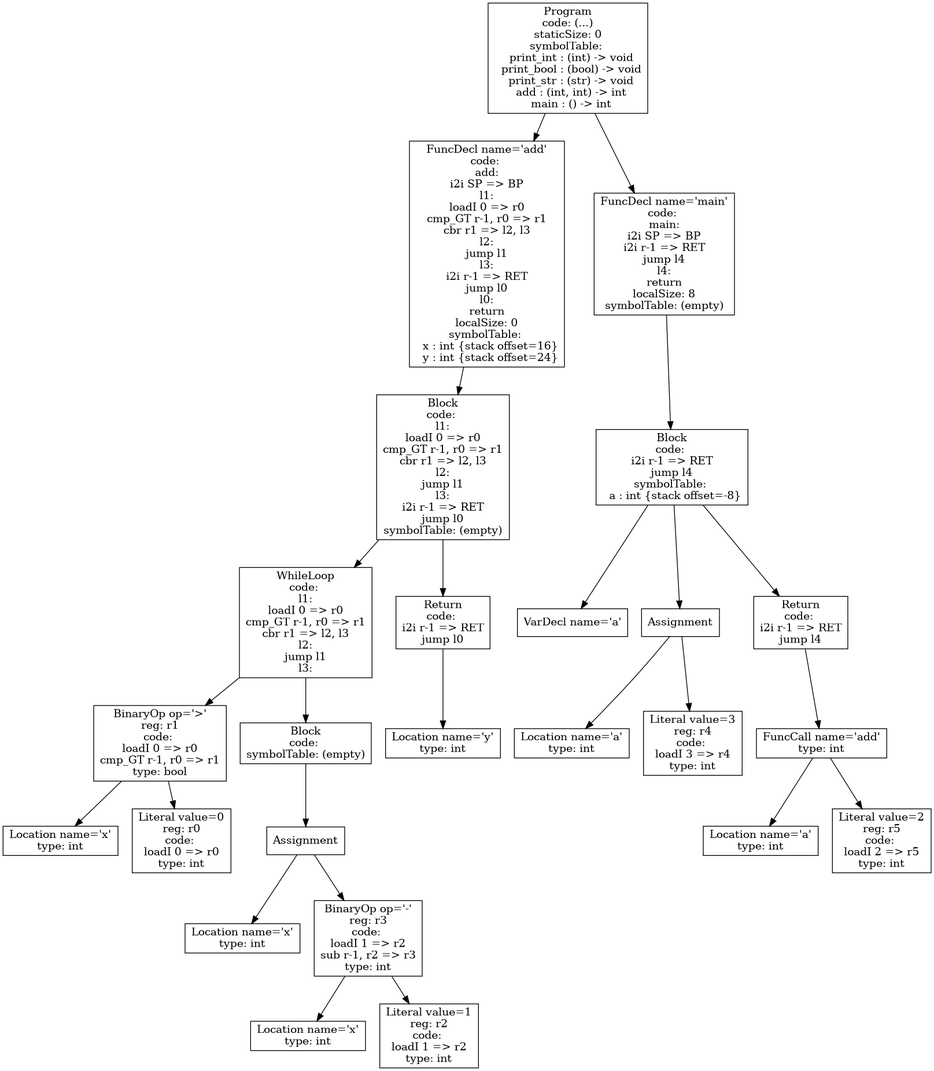
atrim11/CS432 keeps this Graphviz diagram as p4-codegen/tests/iloc-tree.png. Above is the earlier version. Its source is kept beside it as p4-codegen/iloc-tree.dot.
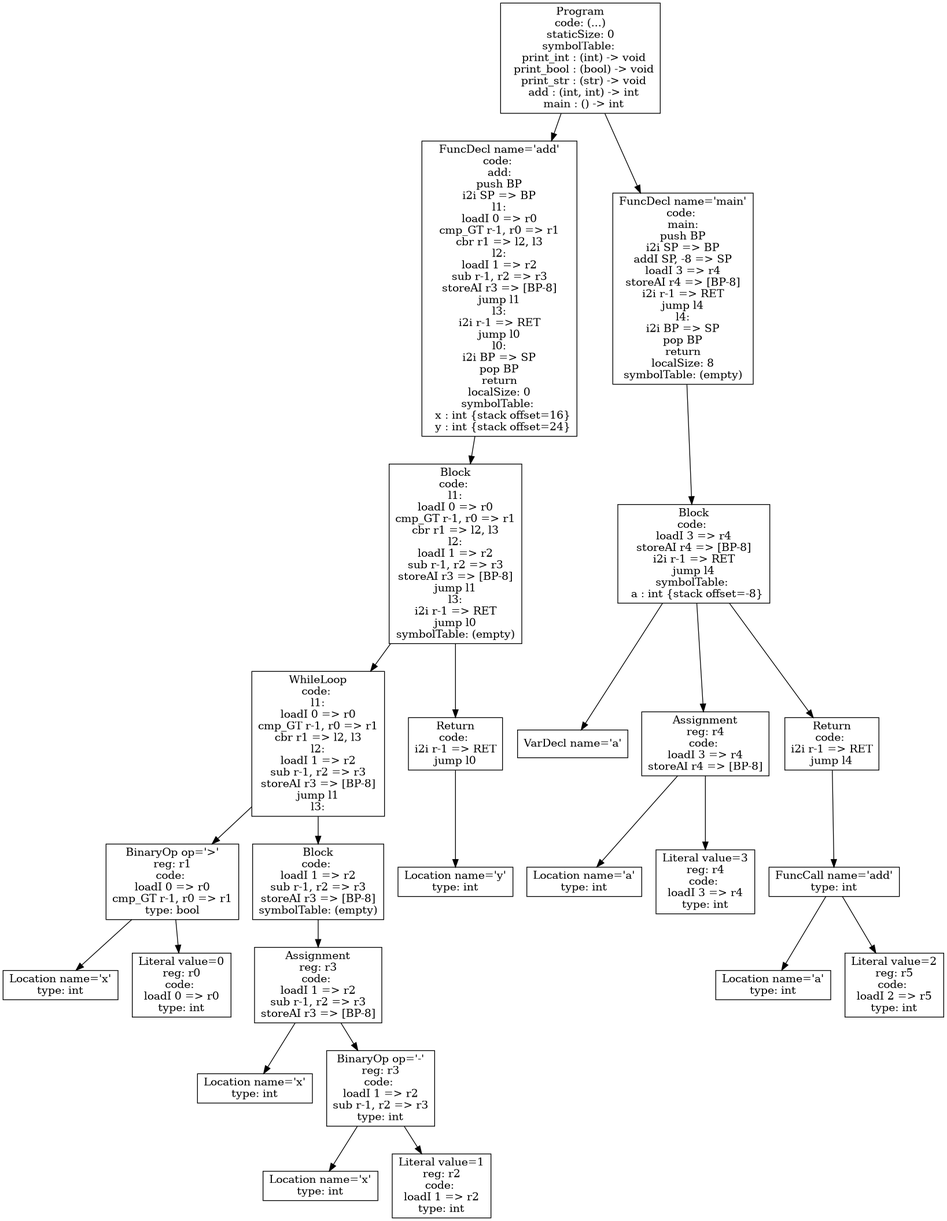
The same diagram one commit later.

Change to the diagram source:
```diff
@@ -1,6 +1,6 @@
 digraph AST {
 3 [shape=box, label="VarDecl name='a'"];
-5 [shape=box, label="Location name='a'\ntype: int"];
+5 [shape=box, label="Location name='a'\nreg: r4\ntype: int"];
 7 [shape=box, label="Literal value=2\nreg: r0\ncode: \nloadI 2 => r0\ntype: int"];
 9 [shape=box, label="Literal value=3\nreg: r1\ncode: \nloadI 3 => r1\ntype: int"];
 10 [shape=box, label="Literal value=4\nreg: r2\ncode: \nloadI 4 => r2\ntype: int"];
@@ -10,17 +10,17 @@
 6 [shape=box, label="BinaryOp op='+'\nreg: r4\ncode: \nloadI 2 => r0\nloadI 3 => r1\nloadI 4 => r2\nmult r1, r2 => r3\nadd r0, r3 => r4\ntype: int"];
 6 -> 7;
 6 -> 8;
-4 [shape=box, label="Assignment"];
+4 [shape=box, label="Assignment\nreg: r4\ncode: \nloadI 2 => r0\nloadI 3 => r1\nloadI 4 => r2\nmult r1, r2 => r3\nadd r0, r3 => r4\nstoreAI r4 => [BP-8]"];
 4 -> 5;
 4 -> 6;
 12 [shape=box, label="Location name='a'\ntype: int"];
 11 [shape=box, label="Return\ncode: \ni2i r-1 => RET\njump l0"];
 11 -> 12;
-2 [shape=box, label="Block\ncode: \ni2i r-1 => RET\njump l0\nsymbolTable: \n  a : int {stack offset=-8}"];
+2 [shape=box, label="Block\ncode: \nloadI 2 => r0\nloadI 3 => r1\nloadI 4 => r2\nmult r1, r2 => r3\nadd r0, r3 => r4\nstoreAI r4 => [BP-8]\ni2i r-1 => RET\njump l0\nsymbolTable: \n  a : int {stack offset=-8}"];
 2 -> 3;
 2 -> 4;
 2 -> 11;
-1 [shape=box, label="FuncDecl name='main'\ncode: \nmain:\ni2i SP => BP\ni2i r-1 => RET\njump l0\nl0:\nreturn\nlocalSize: 8\nsymbolTable: (empty)"];
+1 [shape=box, label="FuncDecl name='main'\ncode: \nmain:\npush BP\ni2i SP => BP\naddI SP, -8 => SP\nloadI 2 => r0\nloadI 3 => r1\nloadI 4 => r2\nmult r1, r2 => r3\nadd r0, r3 => r4\nstoreAI r4 => [BP-8]\ni2i r-1 => RET\njump l0\nl0:\ni2i BP => SP\npop BP\nreturn\nlocalSize: 8\nsymbolTable: (empty)"];
 1 -> 2;
 0 [shape=box, label="Program\ncode: (...)\nstaticSize: 0\nsymbolTable: \n  print_int : (int) -> void\n  print_bool : (bool) -> void\n  print_str : (str) -> void\n  main : () -> int"];
 0 -> 1;
```
